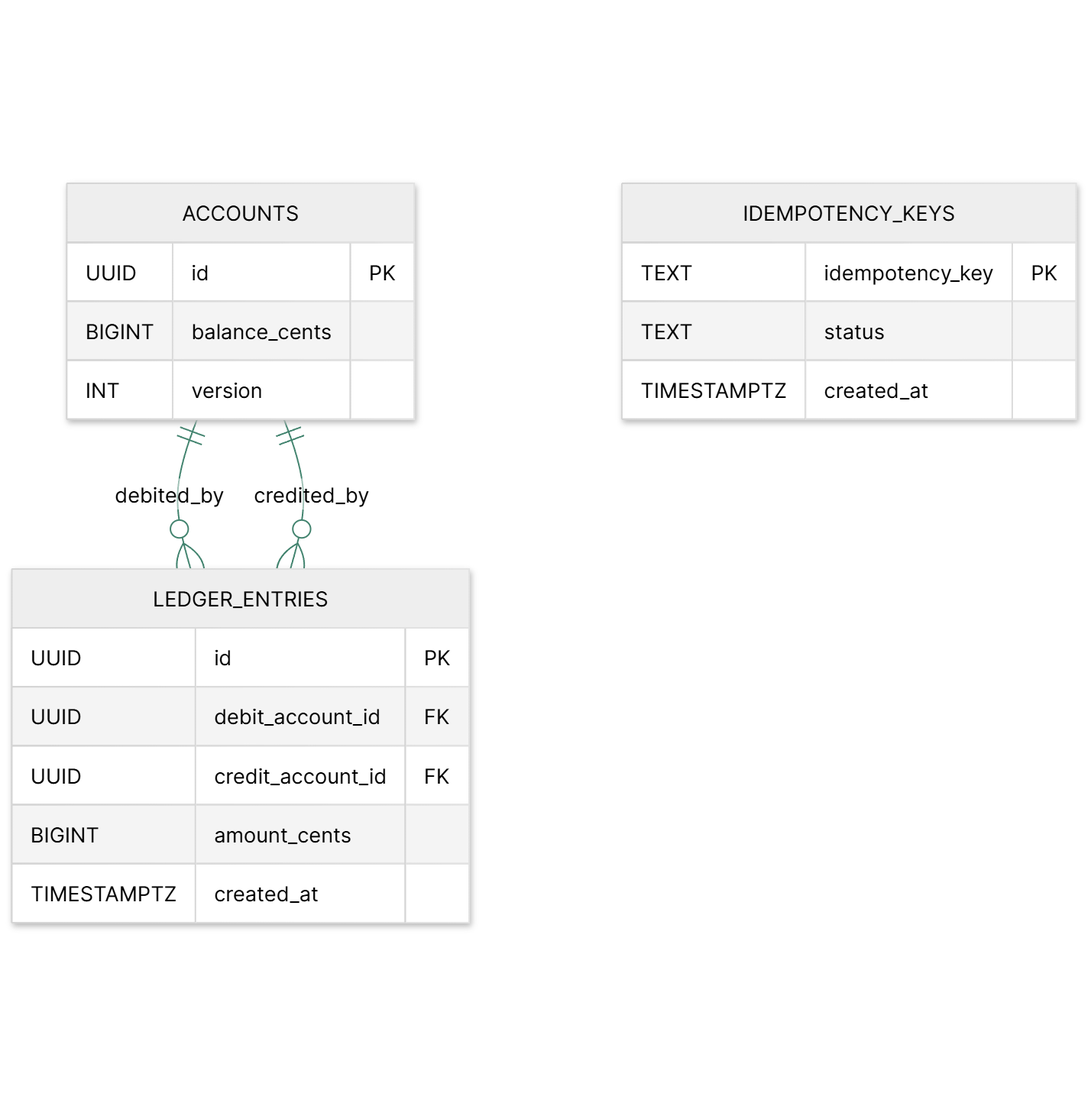
Earlier version of the Mermaid export docs/figures/fig03_er.png (punchamoorthee/ledgerops). Its source is kept beside it as docs/figures/src/fig03_er.mmd. The source it was exported from:
```mermaid
%%{init: {"theme":"neutral","themeVariables":{
  "fontFamily":"Inter",
  "primaryColor":"#40826D","primaryBorderColor":"#40826D","primaryTextColor":"#0a0a0a",
  "lineColor":"#40826D","tertiaryColor":"#ffffff"}}}%%
erDiagram
  ACCOUNTS {
    UUID id PK
    BIGINT balance_cents
    INT version
  }

  LEDGER_ENTRIES {
    UUID id PK
    UUID debit_account_id FK
    UUID credit_account_id FK
    BIGINT amount_cents
    TIMESTAMPTZ created_at
  }

  IDEMPOTENCY_KEYS {
    TEXT idempotency_key PK
    TEXT status
    TIMESTAMPTZ created_at
  }

  ACCOUNTS ||--o{ LEDGER_ENTRIES : debited_by
  ACCOUNTS ||--o{ LEDGER_ENTRIES : credited_by
```
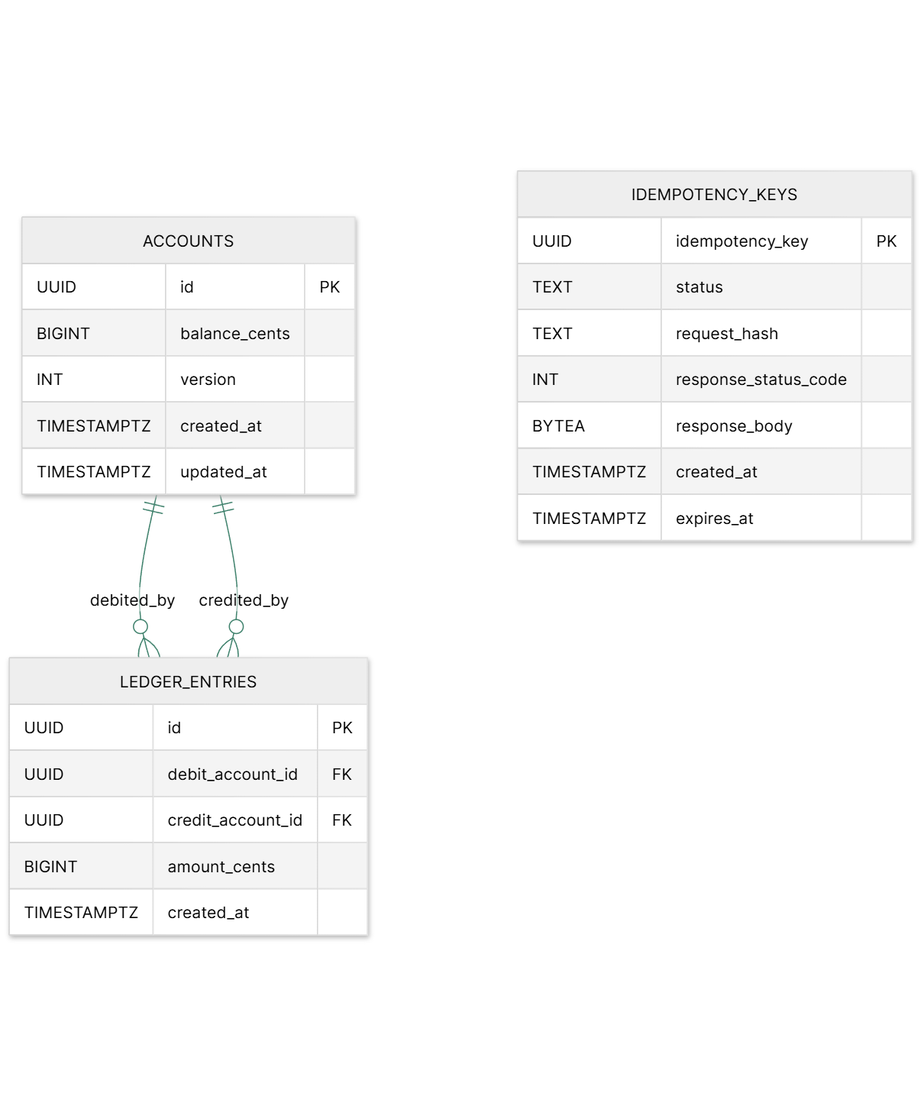
The same diagram one commit later.

What changed in the source:
```diff
@@ -7,6 +7,8 @@
     UUID id PK
     BIGINT balance_cents
     INT version
+    TIMESTAMPTZ created_at
+    TIMESTAMPTZ updated_at
   }
 
   LEDGER_ENTRIES {
@@ -18,9 +20,13 @@
   }
 
   IDEMPOTENCY_KEYS {
-    TEXT idempotency_key PK
+    UUID idempotency_key PK
     TEXT status
+    TEXT request_hash
+    INT response_status_code
+    BYTEA response_body
     TIMESTAMPTZ created_at
+    TIMESTAMPTZ expires_at
   }
 
   ACCOUNTS ||--o{ LEDGER_ENTRIES : debited_by
```
